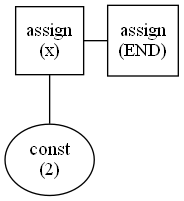
Before: test-output/Syntax-Tree.gv.png, a diagram exported from Graphviz (omarhatem97/Compilers-Project). Its source is kept beside it as test-output/Syntax-Tree.gv.
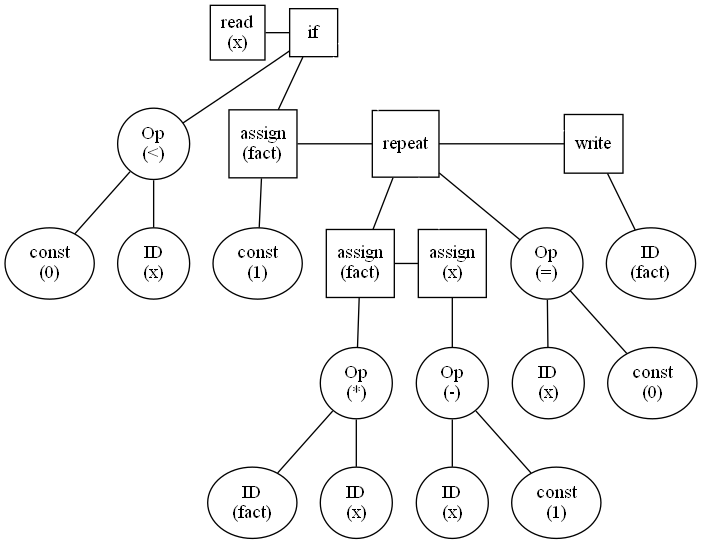
The same diagram one commit later.

Change to the diagram source:
```diff
@@ -1,10 +1,64 @@
 graph {
-	1 [label="assign
+	1 [label="read
 (x)" shape=square]
-	2 [label="const
-(2)"]
-	3 [label="assign
-(END)" shape=square]
-	1 -- 2
-	1 -- 3 [constraint=false]
+	2 [label=if shape=square]
+	3 [label="const
+(0)"]
+	4 [label="Op
+(<)"]
+	5 [label="ID
+(x)"]
+	6 [label="assign
+(fact)" shape=square]
+	7 [label="const
+(1)"]
+	8 [label=repeat shape=square]
+	9 [label="assign
+(fact)" shape=square]
+	10 [label="ID
+(fact)"]
+	11 [label="Op
+(*)"]
+	12 [label="ID
+(x)"]
+	13 [label="assign
+(x)" shape=square]
+	14 [label="ID
+(x)"]
+	15 [label="Op
+(-)"]
+	16 [label="const
+(1)"]
+	17 [label="ID
+(x)"]
+	18 [label="Op
+(=)"]
+	19 [label="const
+(0)"]
+	20 [label=write shape=square]
+	21 [label="ID
+(fact)"]
+	4 -- 3
+	2 -- 4
+	4 -- 5
+	2 -- 6
+	6 -- 7
+	2 -- 8 [color=white style=dashed]
+	8 -- 9
+	11 -- 10
+	9 -- 11
+	11 -- 12
+	8 -- 13 [color=white style=dashed]
+	15 -- 14
+	13 -- 15
+	15 -- 16
+	18 -- 17
+	8 -- 18
+	18 -- 19
+	2 -- 20 [color=white style=dashed]
+	20 -- 21
+	1 -- 2 [constraint=false]
+	6 -- 8 [constraint=false]
+	8 -- 20 [constraint=false]
+	9 -- 13 [constraint=false]
 }
```
